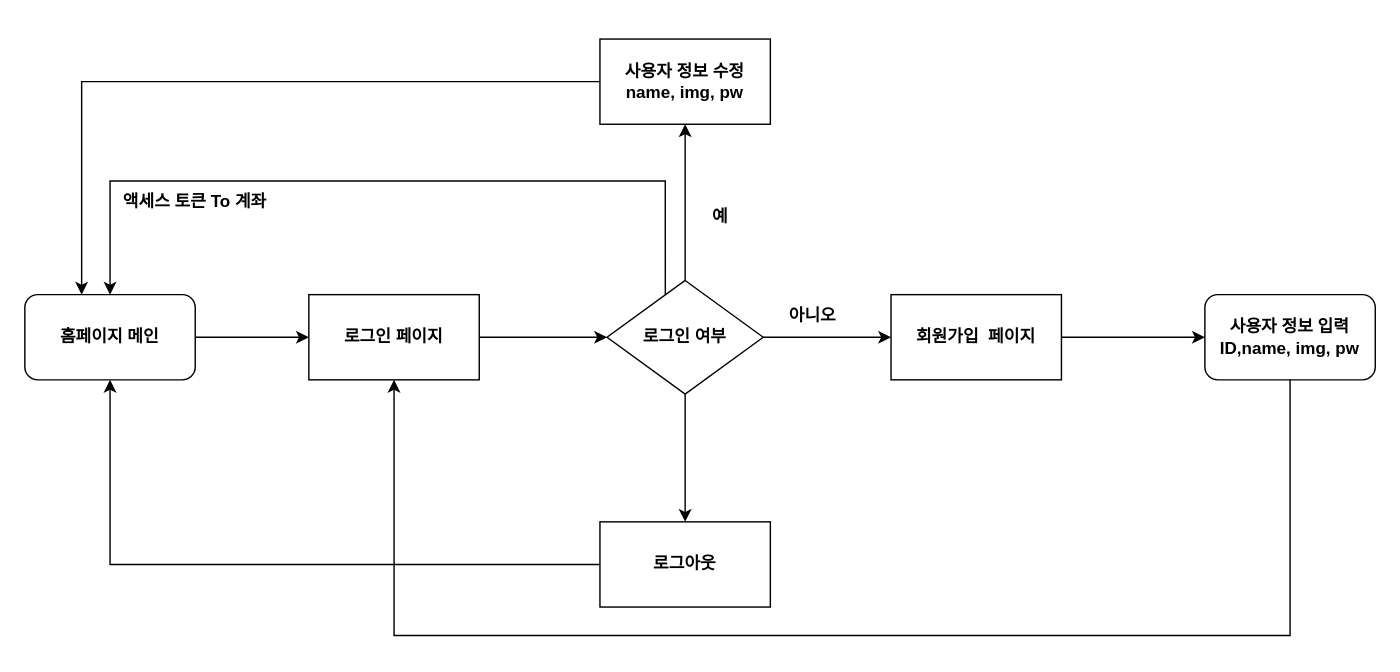
Above: login Diagram.drawio in davidktlee/KDT-Vue-Team (draw.io), before the change. Source tidied: cells renumbered, new cells numbered last; positions are measured from the earlier drawing's top-left corner, leaving out a move shared by most shapes. Both pictures are drawn from the tidied source at 142%, with x=0, y=0 at pixel (24, 38).
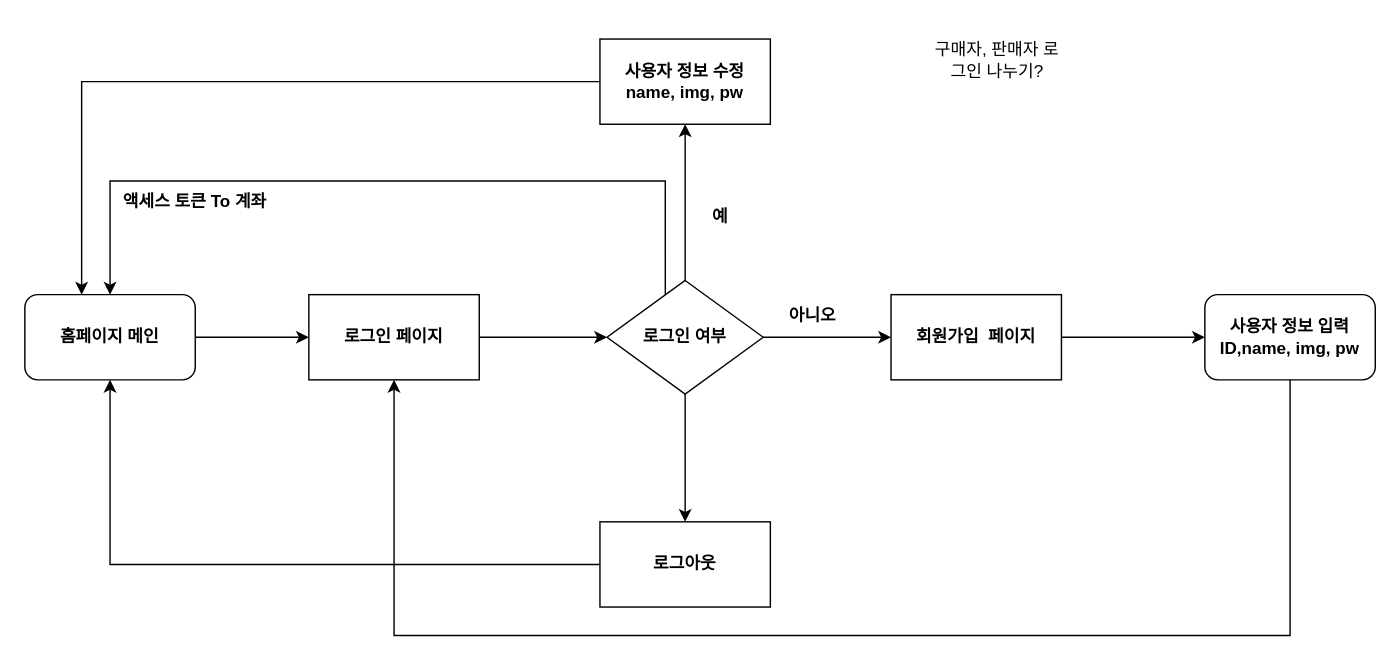
The same diagram, later.

The edit, as a diff of the source:
```diff
@@
+    <mxCell id="22" value="구매자, 판매자 로그인 나누기?" style="text;html=1;strokeColor=none;fillColor=none;align=center;verticalAlign=middle;whiteSpace=wrap;rounded=0;" parent="1" vertex="1">
+      <mxGeometry x="640" y="-10" width="90" height="50" as="geometry" />
+    </mxCell>
+    <mxCell id="23" style="edgeStyle=orthogonalEdgeStyle;rounded=0;orthogonalLoop=1;jettySize=auto;html=1;exitX=0.5;exitY=1;exitDx=0;exitDy=0;" parent="1" edge="1" source="22" target="22">
+      <mxGeometry relative="1" as="geometry" />
+    </mxCell>
```
